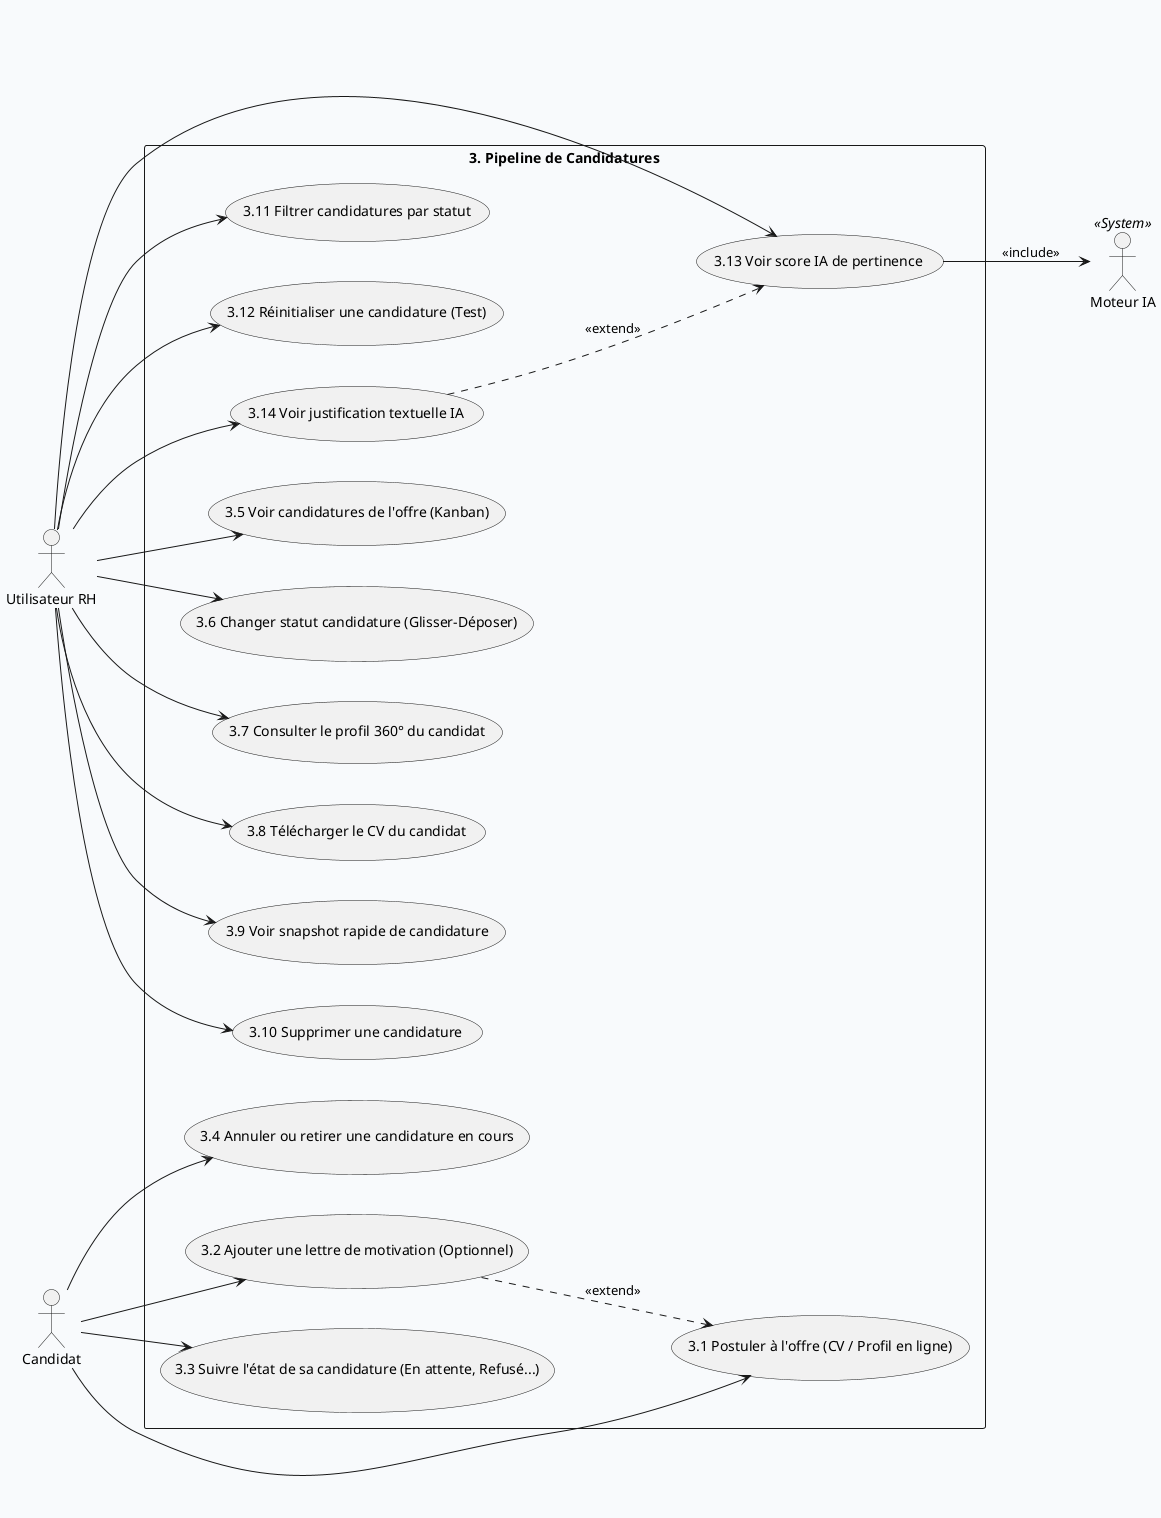
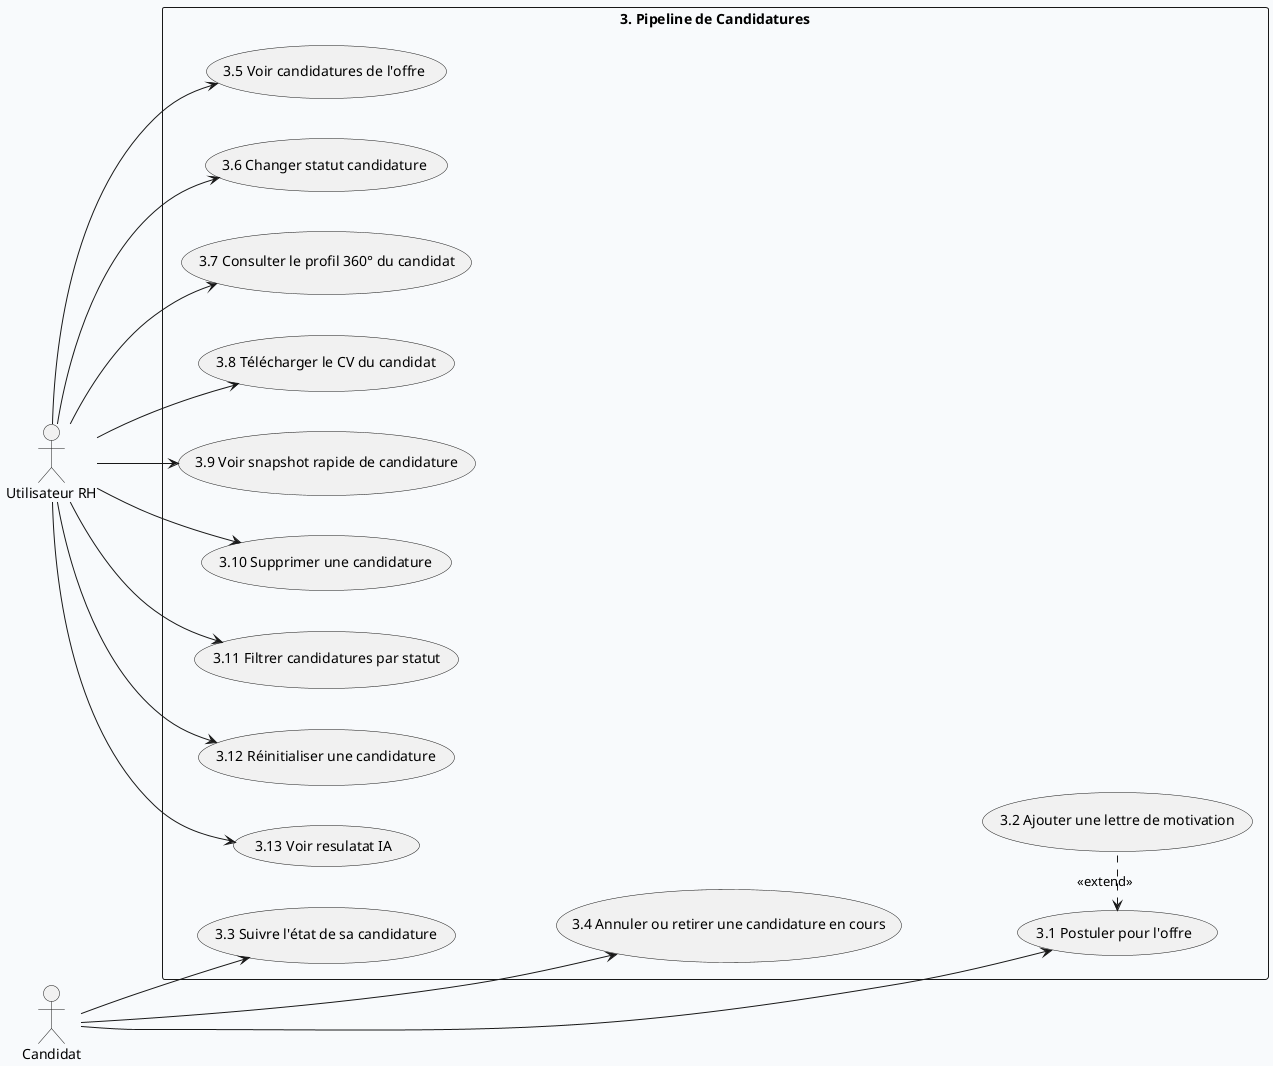
@startuml Module_3_Pipeline
skinparam backgroundColor #F8FAFC
skinparam defaultFontName Arial
skinparam nodesep 40
- skinparam ranksep 60
+ skinparam ranksep 80
left to right direction

actor "Utilisateur RH" as URH
actor "Candidat" as C
- actor "Moteur IA" as IA <<System>>

rectangle "3. Pipeline de Candidatures" {
-   usecase "3.1 Postuler à l'offre (CV / Profil en ligne)" as UC3_1
-   usecase "3.2 Ajouter une lettre de motivation (Optionnel)" as UC3_2
-   usecase "3.3 Suivre l'état de sa candidature (En attente, Refusé...)" as UC3_3
+   ' --- Candidate Section ---
+   usecase "3.3 Suivre l'état de sa candidature" as UC3_3
  usecase "3.4 Annuler ou retirer une candidature en cours" as UC3_4
+   usecase "3.1 Postuler pour l'offre" as UC3_1
+   usecase "3.2 Ajouter une lettre de motivation" as UC3_2

-   usecase "3.5 Voir candidatures de l'offre (Kanban)" as UC3_5
-   usecase "3.6 Changer statut candidature (Glisser-Déposer)" as UC3_6
+   ' Enforce vertical order for candidate use cases
+   UC3_3 -[hidden]down- UC3_4
+   UC3_4 -[hidden]down- UC3_1
+ 
+   ' --- RH Section ---
+   usecase "3.5 Voir candidatures de l'offre" as UC3_5
+   usecase "3.6 Changer statut candidature" as UC3_6
  usecase "3.7 Consulter le profil 360° du candidat" as UC3_7
  usecase "3.8 Télécharger le CV du candidat" as UC3_8
  usecase "3.9 Voir snapshot rapide de candidature" as UC3_9
  usecase "3.10 Supprimer une candidature" as UC3_10
  usecase "3.11 Filtrer candidatures par statut" as UC3_11
-   usecase "3.12 Réinitialiser une candidature (Test)" as UC3_12
-   usecase "3.13 Voir score IA de pertinence" as UC3_13
-   usecase "3.14 Voir justification textuelle IA" as UC3_14
+   usecase "3.12 Réinitialiser une candidature" as UC3_12
+   usecase "3.13 Voir resulatat IA" as UC3_13
}

+ ' Positioning the extend to the right of 3.1
+ UC3_1 <.right. UC3_2 : <<extend>>
+ 
C --> UC3_1
- C --> UC3_2
C --> UC3_3
C --> UC3_4
- 
- UC3_2 ..> UC3_1 : <<extend>>

URH --> UC3_5
URH --> UC3_6
URH --> UC3_7
URH --> UC3_8
URH --> UC3_9
URH --> UC3_10
URH --> UC3_11
URH --> UC3_12
URH --> UC3_13
- URH --> UC3_14

- UC3_13 --> IA : <<include>>
- UC3_14 ..> UC3_13 : <<extend>>
@enduml